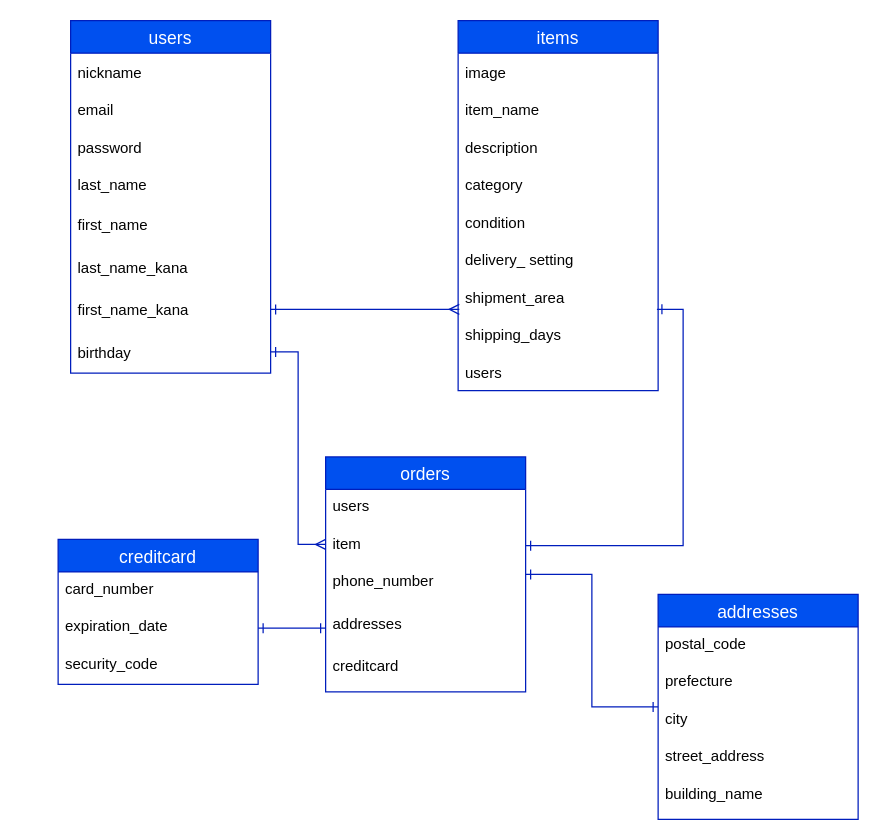
Before: furima.dio in goemon-suzu/furima-34847, a draw.io diagram. Source tidied: cells renumbered, new cells numbered last; positions are measured from the earlier drawing's top-left corner, leaving out a move shared by most shapes. Both pictures are drawn from the tidied source at 125%, with x=0, y=0 at pixel (58, 20).
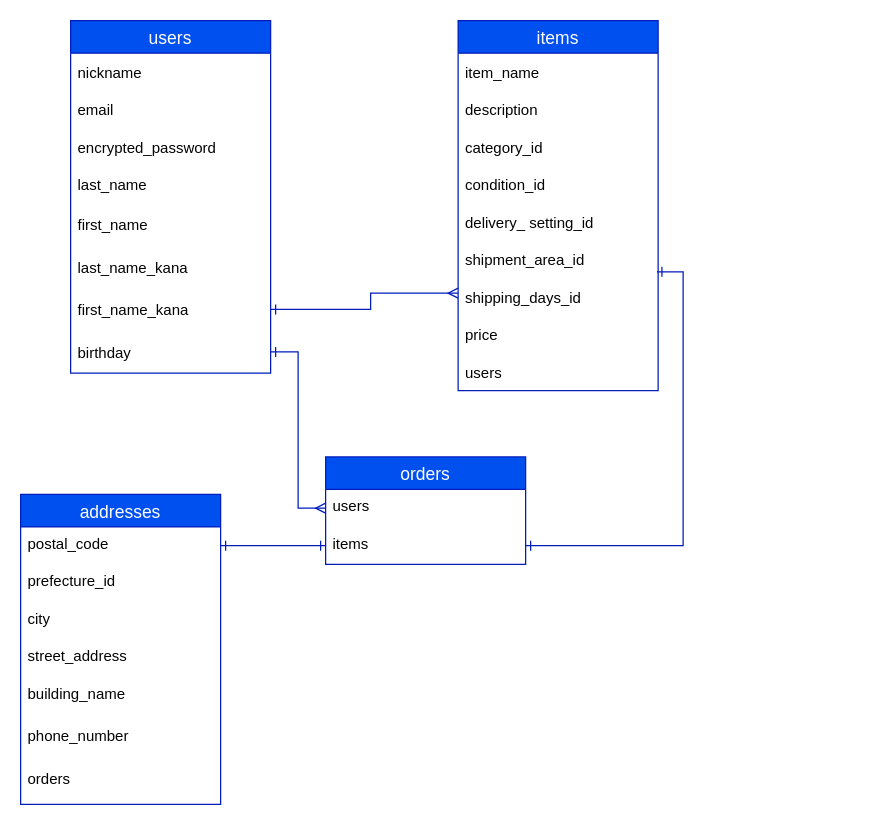
Above is the later version.

Commit message (it also covers changes not shown here):
READMEとER図の修正

Unchanged cells that the change refers to:
```xml
<mxCell id="2" value="items" style="swimlane;fontStyle=0;horizontal=1;startSize=26;align=center;fontSize=14;strokeColor=#001DBC;fillColor=#0050ef;fontColor=#ffffff;" parent="1" vertex="1">
  <mxGeometry x="320" width="160" height="296" as="geometry" />
</mxCell>
<mxCell id="12" value="users" style="swimlane;fontStyle=0;horizontal=1;startSize=26;align=center;fontSize=14;strokeColor=#001DBC;fillColor=#0050ef;fontColor=#ffffff;" parent="1" vertex="1">
  <mxGeometry x="10" width="160" height="282" as="geometry" />
</mxCell>
<mxCell id="19" value="first_name_kana" style="text;strokeColor=none;fillColor=none;spacingLeft=4;spacingRight=4;overflow=hidden;points=[[0,0.5],[1,0.5]];portConstraint=eastwest;fontSize=12;fontColor=#030303;align=left;verticalAlign=middle;" parent="12" vertex="1">
  <mxGeometry y="214" width="160" height="34" as="geometry" />
</mxCell>
<mxCell id="20" value="birthday" style="text;strokeColor=none;fillColor=none;spacingLeft=4;spacingRight=4;overflow=hidden;points=[[0,0.5],[1,0.5]];portConstraint=eastwest;fontSize=12;fontColor=#030303;align=left;verticalAlign=middle;" parent="12" vertex="1">
  <mxGeometry y="248" width="160" height="34" as="geometry" />
</mxCell>
<mxCell id="23" value="users" style="text;strokeColor=none;spacingLeft=4;spacingRight=4;overflow=hidden;points=[[0,0.5],[1,0.5]];portConstraint=eastwest;fontSize=12;fontColor=#000000;" parent="22" vertex="1">
  <mxGeometry y="26" width="160" height="30" as="geometry" />
</mxCell>
<mxCell id="29" value="postal_code" style="text;strokeColor=none;spacingLeft=4;spacingRight=4;overflow=hidden;points=[[0,0.5],[1,0.5]];portConstraint=eastwest;fontSize=12;fontColor=#000000;" parent="28" vertex="1">
  <mxGeometry y="26" width="160" height="30" as="geometry" />
</mxCell>
```

The edit, as a diff of the source:
```diff
@@
-    <mxCell id="3" value="image" style="text;strokeColor=none;spacingLeft=4;spacingRight=4;overflow=hidden;fontSize=12;fontColor=#000000;align=left;verticalAlign=middle;" parent="2" vertex="1">
-      <mxGeometry y="26" width="160" height="30" as="geometry" />
-    </mxCell>
     <mxCell id="4" value="item_name" style="text;strokeColor=none;fillColor=none;spacingLeft=4;spacingRight=4;overflow=hidden;fontSize=12;fontColor=#030303;align=left;verticalAlign=middle;" parent="2" vertex="1">
-      <mxGeometry y="56" width="160" height="30" as="geometry" />
+      <mxGeometry y="26" width="160" height="30" as="geometry" />
     </mxCell>
     <mxCell id="5" value="description" style="text;strokeColor=none;fillColor=none;spacingLeft=4;spacingRight=4;overflow=hidden;fontSize=12;fontColor=#030303;align=left;verticalAlign=middle;" parent="2" vertex="1">
-      <mxGeometry y="86" width="160" height="30" as="geometry" />
+      <mxGeometry y="56" width="160" height="30" as="geometry" />
     </mxCell>
-    <mxCell id="6" value="category" style="text;strokeColor=none;fillColor=none;spacingLeft=4;spacingRight=4;overflow=hidden;fontSize=12;fontColor=#030303;align=left;verticalAlign=middle;" parent="2" vertex="1">
-      <mxGeometry y="116" width="160" height="30" as="geometry" />
+    <mxCell id="6" value="category_id" style="text;strokeColor=none;fillColor=none;spacingLeft=4;spacingRight=4;overflow=hidden;fontSize=12;fontColor=#030303;align=left;verticalAlign=middle;" parent="2" vertex="1">
+      <mxGeometry y="86" width="160" height="30" as="geometry" />
     </mxCell>
-    <mxCell id="7" value="condition" style="text;strokeColor=none;fillColor=none;spacingLeft=4;spacingRight=4;overflow=hidden;fontSize=12;fontColor=#030303;align=left;verticalAlign=middle;" parent="2" vertex="1">
-      <mxGeometry y="146" width="160" height="30" as="geometry" />
+    <mxCell id="7" value="condition_id" style="text;strokeColor=none;fillColor=none;spacingLeft=4;spacingRight=4;overflow=hidden;fontSize=12;fontColor=#030303;align=left;verticalAlign=middle;" parent="2" vertex="1">
+      <mxGeometry y="116" width="160" height="30" as="geometry" />
     </mxCell>
-    <mxCell id="8" value="delivery_ setting" style="text;strokeColor=none;fillColor=none;spacingLeft=4;spacingRight=4;overflow=hidden;fontSize=12;fontColor=#030303;align=left;verticalAlign=middle;" parent="2" vertex="1">
-      <mxGeometry y="176" width="160" height="30" as="geometry" />
+    <mxCell id="8" value="delivery_ setting_id" style="text;strokeColor=none;fillColor=none;spacingLeft=4;spacingRight=4;overflow=hidden;fontSize=12;fontColor=#030303;align=left;verticalAlign=middle;" parent="2" vertex="1">
+      <mxGeometry y="146" width="160" height="30" as="geometry" />
     </mxCell>
-    <mxCell id="9" value="shipment_area" style="text;strokeColor=none;fillColor=none;spacingLeft=4;spacingRight=4;overflow=hidden;points=[[0,0.5],[1,0.5]];portConstraint=eastwest;fontSize=12;fontColor=#030303;align=left;verticalAlign=middle;" parent="2" vertex="1">
-      <mxGeometry y="206" width="160" height="30" as="geometry" />
+    <mxCell id="9" value="shipment_area_id" style="text;strokeColor=none;fillColor=none;spacingLeft=4;spacingRight=4;overflow=hidden;points=[[0,0.5],[1,0.5]];portConstraint=eastwest;fontSize=12;fontColor=#030303;align=left;verticalAlign=middle;" parent="2" vertex="1">
+      <mxGeometry y="176" width="160" height="30" as="geometry" />
     </mxCell>
-    <mxCell id="10" value="shipping_days" style="text;strokeColor=none;fillColor=none;spacingLeft=4;spacingRight=4;overflow=hidden;fontSize=12;fontColor=#030303;align=left;verticalAlign=middle;" parent="2" vertex="1">
-      <mxGeometry y="236" width="160" height="30" as="geometry" />
+    <mxCell id="10" value="shipping_days_id" style="text;strokeColor=none;fillColor=none;spacingLeft=4;spacingRight=4;overflow=hidden;fontSize=12;fontColor=#030303;align=left;verticalAlign=middle;" parent="2" vertex="1">
+      <mxGeometry y="206" width="160" height="30" as="geometry" />
     </mxCell>
-    <mxCell id="11" value="users" style="text;strokeColor=none;fillColor=none;spacingLeft=4;spacingRight=4;overflow=hidden;fontSize=12;fontColor=#030303;align=left;verticalAlign=middle;" parent="2" vertex="1">
-      <mxGeometry y="266" width="160" height="30" as="geometry" />
+    <mxCell id="11" value="price" style="text;strokeColor=none;fillColor=none;spacingLeft=4;spacingRight=4;overflow=hidden;fontSize=12;fontColor=#030303;align=left;verticalAlign=middle;" parent="2" vertex="1">
+      <mxGeometry y="236" width="160" height="30" as="geometry" />
     </mxCell>
+    <mxCell id="42" value="users" style="text;strokeColor=none;fillColor=none;spacingLeft=4;spacingRight=4;overflow=hidden;fontSize=12;fontColor=#030303;align=left;verticalAlign=middle;" parent="2" vertex="1">
+      <mxGeometry y="266" width="160" height="30" as="geometry" />
+    </mxCell>
@@
-    <mxCell id="15" value="password" style="text;strokeColor=none;fillColor=none;spacingLeft=4;spacingRight=4;overflow=hidden;fontSize=12;fontColor=#030303;align=left;verticalAlign=middle;" parent="12" vertex="1">
+    <mxCell id="15" value="encrypted_password" style="text;strokeColor=none;fillColor=none;spacingLeft=4;spacingRight=4;overflow=hidden;fontSize=12;fontColor=#030303;align=left;verticalAlign=middle;" parent="12" vertex="1">
       <mxGeometry y="86" width="160" height="30" as="geometry" />
     </mxCell>
@@
-    <mxCell id="21" style="edgeStyle=orthogonalEdgeStyle;rounded=0;jettySize=auto;html=1;fontColor=#F0F0F0;fillColor=#0050ef;strokeColor=#001DBC;startArrow=ERone;startFill=0;endArrow=ERone;endFill=0;" parent="1" edge="1" source="22" target="28">
-      <mxGeometry relative="1" as="geometry" />
-    </mxCell>
     <mxCell id="22" value="orders" style="swimlane;fontStyle=0;horizontal=1;startSize=26;align=center;fontSize=14;strokeColor=#001DBC;fillColor=#0050ef;fontColor=#ffffff;" parent="1" vertex="1">
-      <mxGeometry x="214" y="349" width="160" height="188" as="geometry" />
+      <mxGeometry x="214" y="349" width="160" height="86" as="geometry" />
     </mxCell>
@@
-    <mxCell id="24" value="item" style="text;strokeColor=none;fillColor=none;spacingLeft=4;spacingRight=4;overflow=hidden;points=[[0,0.5],[1,0.5]];portConstraint=eastwest;fontSize=12;fontColor=#030303;" parent="22" vertex="1">
+    <mxCell id="24" value="items" style="text;strokeColor=none;fillColor=none;spacingLeft=4;spacingRight=4;overflow=hidden;points=[[0,0.5],[1,0.5]];portConstraint=eastwest;fontSize=12;fontColor=#030303;" parent="22" vertex="1">
       <mxGeometry y="56" width="160" height="30" as="geometry" />
     </mxCell>
-    <mxCell id="25" value="phone_number" style="text;strokeColor=none;fillColor=none;spacingLeft=4;spacingRight=4;overflow=hidden;fontSize=12;fontColor=#030303;" parent="22" vertex="1">
-      <mxGeometry y="86" width="160" height="34" as="geometry" />
-    </mxCell>
-    <mxCell id="26" value="addresses" style="text;strokeColor=none;fillColor=none;spacingLeft=4;spacingRight=4;overflow=hidden;points=[[0,0.5],[1,0.5]];portConstraint=eastwest;fontSize=12;fontColor=#030303;" parent="22" vertex="1">
-      <mxGeometry y="120" width="160" height="34" as="geometry" />
-    </mxCell>
-    <mxCell id="27" value="creditcard" style="text;strokeColor=none;fillColor=none;spacingLeft=4;spacingRight=4;overflow=hidden;fontSize=12;fontColor=#030303;" parent="22" vertex="1">
-      <mxGeometry y="154" width="160" height="34" as="geometry" />
-    </mxCell>
     <mxCell id="28" value="addresses" style="swimlane;fontStyle=0;horizontal=1;startSize=26;align=center;fontSize=14;strokeColor=#001DBC;fillColor=#0050ef;fontColor=#ffffff;" parent="1" vertex="1">
-      <mxGeometry x="480" y="459" width="160" height="180" as="geometry" />
+      <mxGeometry x="-30" y="379" width="160" height="248" as="geometry" />
     </mxCell>
@@
-    <mxCell id="30" value="prefecture" style="text;strokeColor=none;fillColor=none;spacingLeft=4;spacingRight=4;overflow=hidden;fontSize=12;fontColor=#030303;" parent="28" vertex="1">
+    <mxCell id="30" value="prefecture_id&#10;" style="text;strokeColor=none;fillColor=none;spacingLeft=4;spacingRight=4;overflow=hidden;fontSize=12;fontColor=#030303;" parent="28" vertex="1">
       <mxGeometry y="56" width="160" height="30" as="geometry" />
     </mxCell>
@@
+    <mxCell id="25" value="phone_number" style="text;strokeColor=none;fillColor=none;spacingLeft=4;spacingRight=4;overflow=hidden;fontSize=12;fontColor=#030303;" parent="28" vertex="1">
+      <mxGeometry y="180" width="160" height="34" as="geometry" />
+    </mxCell>
+    <mxCell id="43" value="orders" style="text;strokeColor=none;fillColor=none;spacingLeft=4;spacingRight=4;overflow=hidden;fontSize=12;fontColor=#030303;" parent="28" vertex="1">
+      <mxGeometry y="214" width="160" height="34" as="geometry" />
+    </mxCell>
-    <mxCell id="34" style="edgeStyle=orthogonalEdgeStyle;rounded=0;jettySize=auto;html=1;exitX=1;exitY=0.5;exitDx=0;exitDy=0;entryX=0.006;entryY=0.833;entryDx=0;entryDy=0;entryPerimeter=0;fontColor=#F0F0F0;fillColor=#0050ef;strokeColor=#001DBC;startArrow=ERone;startFill=0;endArrow=ERmany;endFill=0;" parent="1" edge="1" source="19" target="9">
-      <mxGeometry relative="1" as="geometry" />
+    <mxCell id="34" style="edgeStyle=orthogonalEdgeStyle;rounded=0;orthogonalLoop=1;jettySize=auto;html=1;fontColor=#F0F0F0;fillColor=#0050ef;strokeColor=#001DBC;startArrow=ERone;startFill=0;endArrow=ERmany;endFill=0;" parent="1" edge="1">
+      <mxGeometry relative="1" as="geometry">
+        <mxPoint x="170" y="231" as="sourcePoint" />
+        <mxPoint x="320" y="218" as="targetPoint" />
+        <Array as="points">
+          <mxPoint x="250" y="231" />
+          <mxPoint x="250" y="218" />
+        </Array>
+      </mxGeometry>
     </mxCell>
-    <mxCell id="35" style="edgeStyle=orthogonalEdgeStyle;rounded=0;jettySize=auto;html=1;exitX=1;exitY=0.5;exitDx=0;exitDy=0;startArrow=ERone;startFill=0;endArrow=ERmany;endFill=0;fontColor=#F0F0F0;fillColor=#0050ef;strokeColor=#001DBC;" parent="1" edge="1" source="20">
+    <mxCell id="35" style="edgeStyle=orthogonalEdgeStyle;rounded=0;jettySize=auto;html=1;exitX=1;exitY=0.5;exitDx=0;exitDy=0;startArrow=ERone;startFill=0;endArrow=ERmany;endFill=0;fontColor=#F0F0F0;fillColor=#0050ef;strokeColor=#001DBC;entryX=0;entryY=0.5;entryDx=0;entryDy=0;" parent="1" edge="1" source="20" target="23">
       <mxGeometry relative="1" as="geometry">
-        <mxPoint x="214" y="419" as="targetPoint" />
         <Array as="points">
           <mxPoint x="192" y="265" />
-          <mxPoint x="192" y="419" />
-          <mxPoint x="214" y="419" />
+          <mxPoint x="192" y="390" />
         </Array>
       </mxGeometry>
     </mxCell>
@@
-    <mxCell id="37" value="creditcard" style="swimlane;fontStyle=0;horizontal=1;startSize=26;align=center;fontSize=14;strokeColor=#001DBC;fillColor=#0050ef;fontColor=#ffffff;" parent="1" vertex="1">
-      <mxGeometry y="415" width="160" height="116" as="geometry" />
-    </mxCell>
-    <mxCell id="38" value="card_number" style="text;strokeColor=none;fillColor=none;spacingLeft=4;spacingRight=4;overflow=hidden;fontSize=12;fontColor=#030303;" parent="37" vertex="1">
-      <mxGeometry y="26" width="160" height="30" as="geometry" />
-    </mxCell>
-    <mxCell id="39" value="expiration_date" style="text;strokeColor=none;fillColor=none;spacingLeft=4;spacingRight=4;overflow=hidden;points=[[0,0.5],[1,0.5]];portConstraint=eastwest;fontSize=12;fontColor=#030303;" parent="37" vertex="1">
-      <mxGeometry y="56" width="160" height="30" as="geometry" />
-    </mxCell>
-    <mxCell id="40" value="security_code" style="text;strokeColor=none;fillColor=none;spacingLeft=4;spacingRight=4;overflow=hidden;fontSize=12;fontColor=#030303;" parent="37" vertex="1">
-      <mxGeometry y="86" width="160" height="30" as="geometry" />
-    </mxCell>
-    <mxCell id="41" style="edgeStyle=orthogonalEdgeStyle;rounded=0;jettySize=auto;html=1;exitX=1;exitY=0.5;exitDx=0;exitDy=0;startArrow=ERone;startFill=0;endArrow=ERone;endFill=0;fontColor=#030303;fillColor=#0050ef;strokeColor=#001DBC;entryX=0;entryY=0.5;entryDx=0;entryDy=0;" parent="1" edge="1" source="39" target="26">
-      <mxGeometry relative="1" as="geometry" />
-    </mxCell>
+    <mxCell id="44" style="edgeStyle=orthogonalEdgeStyle;rounded=0;jettySize=auto;html=1;exitX=1;exitY=0.5;exitDx=0;exitDy=0;entryX=0;entryY=0.5;entryDx=0;entryDy=0;fillColor=#0050ef;strokeColor=#001DBC;startArrow=ERone;startFill=0;endArrow=ERone;endFill=0;" parent="1" edge="1" source="29" target="24">
+      <mxGeometry relative="1" as="geometry" />
+    </mxCell>
```
